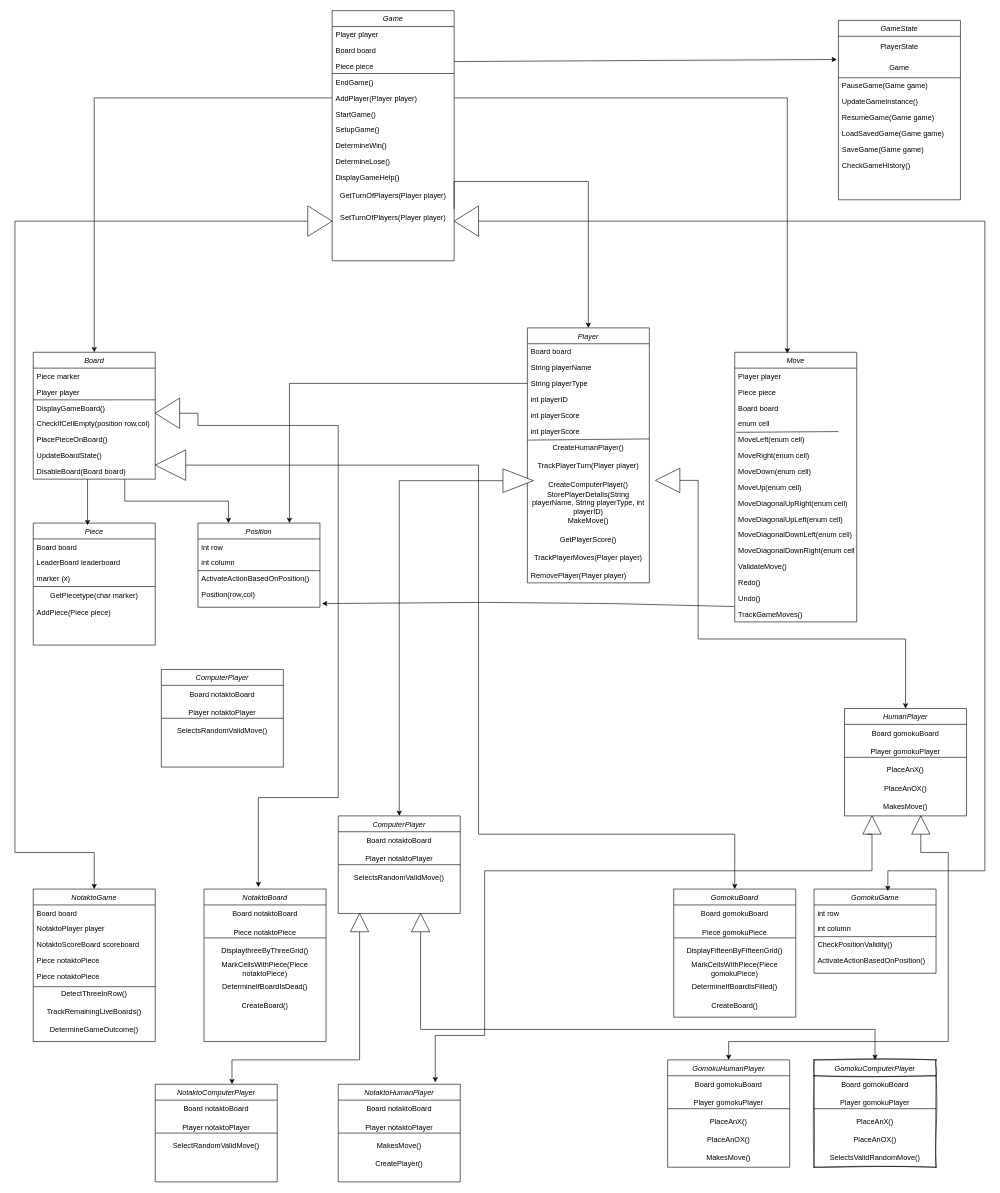
Above: Class Diagram.drawio in Scott2020747/IFN563_Project (draw.io), before the change. Source tidied: cells renumbered, new cells numbered last; positions are measured from the earlier drawing's top-left corner, leaving out a move shared by most shapes. Both pictures are drawn from the tidied source at 61%, with x=0, y=0 at pixel (15, 10).
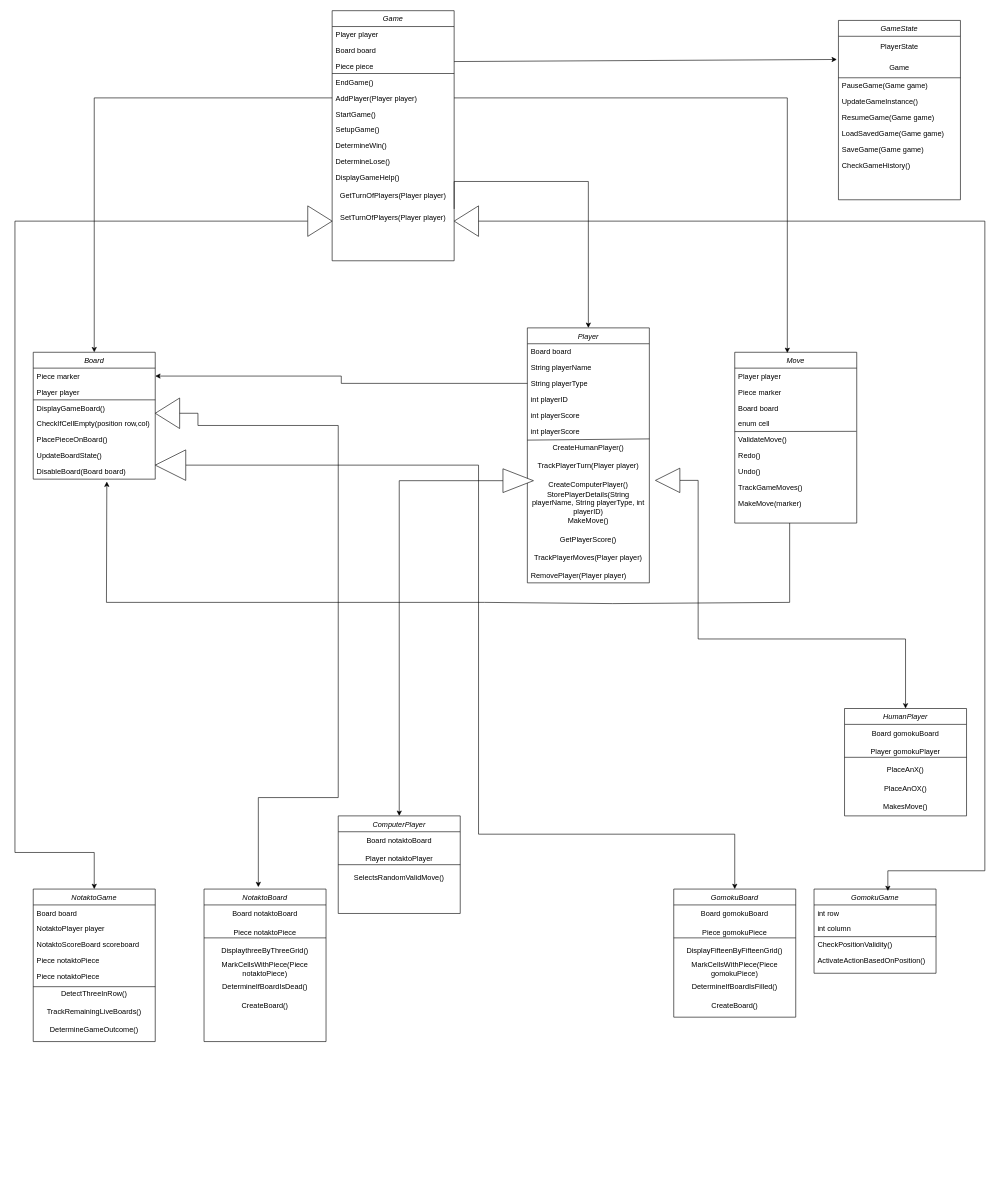
After the change.

The change refers to these unchanged cells:
```xml
<mxCell id="19" value="String playerType" style="text;align=left;verticalAlign=top;spacingLeft=4;spacingRight=4;overflow=hidden;points=[[0,0.5],[1,0.5]];portConstraint=eastwest;" parent="16" vertex="1">
  <mxGeometry y="78" width="200" height="26" as="geometry" />
</mxCell>
<mxCell id="33" value="Board" style="swimlane;fontStyle=2;align=center;verticalAlign=top;horizontal=1;startSize=26;rounded=0;shadow=0;strokeWidth=1;" parent="1" vertex="1">
  <mxGeometry x="30" y="560" width="200" height="208" as="geometry" />
</mxCell>
<mxCell id="34" value="Piece marker" style="text;align=left;verticalAlign=top;spacingLeft=4;spacingRight=4;overflow=hidden;points=[[0,0.5],[1,0.5]];portConstraint=eastwest;" parent="33" vertex="1">
  <mxGeometry y="26" width="200" height="26" as="geometry" />
</mxCell>
<mxCell id="41" value="DisableBoard(Board board)" style="text;align=left;verticalAlign=top;spacingLeft=4;spacingRight=4;overflow=hidden;points=[[0,0.5],[1,0.5]];portConstraint=eastwest;" parent="33" vertex="1">
  <mxGeometry y="182" width="200" height="26" as="geometry" />
</mxCell>
```

Change to the diagram source:
```diff
@@
-    <mxCell id="32" style="edgeStyle=orthogonalEdgeStyle;rounded=0;jettySize=auto;html=1;exitX=0.75;exitY=1;exitDx=0;exitDy=0;entryX=0.25;entryY=0;entryDx=0;entryDy=0;" parent="1" edge="1" source="33" target="67">
-      <mxGeometry relative="1" as="geometry" />
-    </mxCell>
@@
-    <mxCell id="42" value="Piece" style="swimlane;fontStyle=2;align=center;verticalAlign=top;horizontal=1;startSize=26;rounded=0;shadow=0;strokeWidth=1;" parent="1" vertex="1">
-      <mxGeometry x="30" y="840" width="200" height="200" as="geometry" />
-    </mxCell>
-    <mxCell id="43" value="Board board" style="text;align=left;verticalAlign=top;spacingLeft=4;spacingRight=4;overflow=hidden;" parent="42" vertex="1">
-      <mxGeometry y="26" width="200" height="26" as="geometry" />
-    </mxCell>
-    <mxCell id="44" value="LeaderBoard leaderboard" style="text;align=left;verticalAlign=top;spacingLeft=4;spacingRight=4;overflow=hidden;" parent="42" vertex="1">
-      <mxGeometry y="52" width="200" height="26" as="geometry" />
-    </mxCell>
-    <mxCell id="45" value="marker (x)" style="text;align=left;verticalAlign=top;spacingLeft=4;spacingRight=4;overflow=hidden;" parent="42" vertex="1">
-      <mxGeometry y="78" width="200" height="26" as="geometry" />
-    </mxCell>
-    <mxCell id="46" style="endArrow=none;html=1;rounded=0;" parent="42" edge="1">
-      <mxGeometry relative="1" as="geometry">
-        <mxPoint y="104" as="sourcePoint" />
-        <mxPoint x="200" y="104" as="targetPoint" />
-      </mxGeometry>
-    </mxCell>
-    <mxCell id="47" value="GetPiecetype(char marker)" style="text;html=1;align=center;verticalAlign=middle;whiteSpace=wrap;rounded=0;" parent="42" vertex="1">
-      <mxGeometry y="104" width="200" height="30" as="geometry" />
-    </mxCell>
-    <mxCell id="48" value="AddPiece(Piece piece)" style="text;align=left;verticalAlign=top;spacingLeft=4;spacingRight=4;overflow=hidden;" parent="42" vertex="1">
-      <mxGeometry y="134" width="200" height="26" as="geometry" />
-    </mxCell>
     <mxCell id="49" value="Move" style="swimlane;fontStyle=2;align=center;verticalAlign=top;horizontal=1;startSize=26;rounded=0;shadow=0;strokeWidth=1;" parent="1" vertex="1">
-      <mxGeometry x="1180" y="560" width="200" height="442" as="geometry" />
+      <mxGeometry x="1180" y="560" width="200" height="280" as="geometry" />
     </mxCell>
@@
-    <mxCell id="51" value="Piece piece" style="text;align=left;verticalAlign=top;spacingLeft=4;spacingRight=4;overflow=hidden;" parent="49" vertex="1">
+    <mxCell id="51" value="Piece marker" style="text;align=left;verticalAlign=top;spacingLeft=4;spacingRight=4;overflow=hidden;" parent="49" vertex="1">
       <mxGeometry y="52" width="200" height="26" as="geometry" />
     </mxCell>
@@
-    <mxCell id="54" value="MoveLeft(enum cell)" style="text;align=left;verticalAlign=top;spacingLeft=4;spacingRight=4;overflow=hidden;points=[[0,0.5],[1,0.5]];portConstraint=eastwest;" parent="49" vertex="1">
-      <mxGeometry y="130" width="200" height="26" as="geometry" />
-    </mxCell>
-    <mxCell id="55" value="MoveRight(enum cell)" style="text;align=left;verticalAlign=top;spacingLeft=4;spacingRight=4;overflow=hidden;" parent="49" vertex="1">
-      <mxGeometry y="156" width="200" height="26" as="geometry" />
-    </mxCell>
-    <mxCell id="56" value="MoveDown(enum cell)" style="text;align=left;verticalAlign=top;spacingLeft=4;spacingRight=4;overflow=hidden;" parent="49" vertex="1">
-      <mxGeometry y="182" width="200" height="26" as="geometry" />
-    </mxCell>
-    <mxCell id="57" value="MoveUp(enum cell)" style="text;align=left;verticalAlign=top;spacingLeft=4;spacingRight=4;overflow=hidden;" parent="49" vertex="1">
-      <mxGeometry y="208" width="200" height="26" as="geometry" />
-    </mxCell>
-    <mxCell id="58" value="MoveDiagonalUpRight(enum cell)" style="text;align=left;verticalAlign=top;spacingLeft=4;spacingRight=4;overflow=hidden;" parent="49" vertex="1">
-      <mxGeometry y="234" width="200" height="26" as="geometry" />
-    </mxCell>
-    <mxCell id="59" value="MoveDiagonalUpLeft(enum cell)" style="text;align=left;verticalAlign=top;spacingLeft=4;spacingRight=4;overflow=hidden;" parent="49" vertex="1">
-      <mxGeometry y="260" width="200" height="26" as="geometry" />
-    </mxCell>
-    <mxCell id="60" value="MoveDiagonalDownLeft(enum cell)" style="text;align=left;verticalAlign=top;spacingLeft=4;spacingRight=4;overflow=hidden;" parent="49" vertex="1">
-      <mxGeometry y="286" width="200" height="26" as="geometry" />
-    </mxCell>
-    <mxCell id="61" value="MoveDiagonalDownRight(enum cell)" style="text;align=left;verticalAlign=top;spacingLeft=4;spacingRight=4;overflow=hidden;" parent="49" vertex="1">
-      <mxGeometry y="312" width="200" height="26" as="geometry" />
-    </mxCell>
     <mxCell id="62" value="ValidateMove()" style="text;align=left;verticalAlign=top;spacingLeft=4;spacingRight=4;overflow=hidden;points=[[0,0.5],[1,0.5]];portConstraint=eastwest;" parent="49" vertex="1">
-      <mxGeometry y="338" width="200" height="26" as="geometry" />
+      <mxGeometry y="130" width="200" height="26" as="geometry" />
     </mxCell>
     <mxCell id="63" value="Redo()" style="text;align=left;verticalAlign=top;spacingLeft=4;spacingRight=4;overflow=hidden;" parent="49" vertex="1">
-      <mxGeometry y="364" width="200" height="26" as="geometry" />
+      <mxGeometry y="156" width="200" height="26" as="geometry" />
     </mxCell>
     <mxCell id="64" value="Undo()" style="text;align=left;verticalAlign=top;spacingLeft=4;spacingRight=4;overflow=hidden;" parent="49" vertex="1">
-      <mxGeometry y="390" width="200" height="26" as="geometry" />
+      <mxGeometry y="182" width="200" height="26" as="geometry" />
     </mxCell>
     <mxCell id="65" value="TrackGameMoves()" style="text;align=left;verticalAlign=top;spacingLeft=4;spacingRight=4;overflow=hidden;points=[[0,0.5],[1,0.5]];portConstraint=eastwest;" parent="49" vertex="1">
-      <mxGeometry y="416" width="200" height="26" as="geometry" />
+      <mxGeometry y="208" width="200" height="26" as="geometry" />
     </mxCell>
+    <mxCell id="184" value="MakeMove(marker)" style="text;align=left;verticalAlign=top;spacingLeft=4;spacingRight=4;overflow=hidden;" parent="49" vertex="1">
+      <mxGeometry y="234" width="200" height="26" as="geometry" />
+    </mxCell>
-    <mxCell id="66" style="endArrow=none;html=1;rounded=0;exitX=0.011;exitY=0.046;exitDx=0;exitDy=0;exitPerimeter=0;" parent="1" edge="1" source="54">
+    <mxCell id="66" style="endArrow=none;html=1;rounded=0;entryX=0.997;entryY=-0.015;entryDx=0;entryDy=0;entryPerimeter=0;" parent="1" edge="1" target="62">
       <mxGeometry relative="1" as="geometry">
-        <mxPoint x="1350" y="690" as="targetPoint" />
+        <mxPoint x="1180" y="690" as="sourcePoint" />
       </mxGeometry>
     </mxCell>
-    <mxCell id="67" value="Position" style="swimlane;fontStyle=2;align=center;verticalAlign=top;horizontal=1;startSize=26;rounded=0;shadow=0;strokeWidth=1;" parent="1" vertex="1">
-      <mxGeometry x="300" y="840" width="200" height="138" as="geometry" />
-    </mxCell>
-    <mxCell id="68" value="int row" style="text;align=left;verticalAlign=top;spacingLeft=4;spacingRight=4;overflow=hidden;" parent="67" vertex="1">
-      <mxGeometry y="26" width="200" height="26" as="geometry" />
-    </mxCell>
-    <mxCell id="69" value="int column" style="text;align=left;verticalAlign=top;spacingLeft=4;spacingRight=4;overflow=hidden;" parent="67" vertex="1">
-      <mxGeometry y="52" width="200" height="26" as="geometry" />
-    </mxCell>
-    <mxCell id="70" style="endArrow=none;html=1;rounded=0;" parent="67" edge="1">
-      <mxGeometry relative="1" as="geometry">
-        <mxPoint y="78" as="sourcePoint" />
-        <mxPoint x="200" y="78" as="targetPoint" />
-      </mxGeometry>
-    </mxCell>
-    <mxCell id="71" value="ActivateActionBasedOnPosition()" style="text;align=left;verticalAlign=top;spacingLeft=4;spacingRight=4;overflow=hidden;" parent="67" vertex="1">
-      <mxGeometry y="78" width="200" height="26" as="geometry" />
-    </mxCell>
-    <mxCell id="72" value="Position(row,col)" style="text;align=left;verticalAlign=top;spacingLeft=4;spacingRight=4;overflow=hidden;points=[[0,0.5],[1,0.5]];portConstraint=eastwest;" parent="67" vertex="1">
-      <mxGeometry y="104" width="200" height="26" as="geometry" />
-    </mxCell>
@@
-    <mxCell id="127" style="endArrow=classic;html=1;rounded=0;entryX=0.445;entryY=-0.023;entryDx=0;entryDy=0;entryPerimeter=0;" parent="1" edge="1">
-      <mxGeometry relative="1" as="geometry">
-        <mxPoint x="119" y="768" as="sourcePoint" />
-        <mxPoint x="119" y="843.4" as="targetPoint" />
-      </mxGeometry>
-    </mxCell>
-    <mxCell id="128" style="endArrow=classic;html=1;rounded=0;entryX=1.017;entryY=1.077;entryDx=0;entryDy=0;entryPerimeter=0;exitX=-0.003;exitY=0.031;exitDx=0;exitDy=0;exitPerimeter=0;" parent="1" edge="1" source="65" target="72">
+    <mxCell id="128" style="endArrow=classic;html=1;rounded=0;entryX=0.603;entryY=1.154;entryDx=0;entryDy=0;entryPerimeter=0;" parent="1" edge="1" target="41">
       <mxGeometry relative="1" as="geometry">
+        <mxPoint x="1270" y="840" as="sourcePoint" />
         <Array as="points">
+          <mxPoint x="1270" y="970" />
           <mxPoint x="980" y="972" />
           <mxPoint x="770" y="970" />
+          <mxPoint x="150" y="970" />
         </Array>
       </mxGeometry>
     </mxCell>
-    <mxCell id="129" value="NotaktoHumanPlayer" style="swimlane;fontStyle=2;align=center;verticalAlign=top;horizontal=1;startSize=26;rounded=0;shadow=0;strokeWidth=1;" parent="1" vertex="1">
-      <mxGeometry x="530" y="1760" width="200" height="160" as="geometry" />
-    </mxCell>
-    <mxCell id="130" value="Board notaktoBoard" style="text;html=1;align=center;verticalAlign=middle;whiteSpace=wrap;rounded=0;" parent="129" vertex="1">
-      <mxGeometry y="26" width="200" height="30" as="geometry" />
-    </mxCell>
-    <mxCell id="131" value="Player notaktoPlayer" style="text;html=1;align=center;verticalAlign=middle;whiteSpace=wrap;rounded=0;" parent="129" vertex="1">
-      <mxGeometry y="56" width="200" height="30" as="geometry" />
-    </mxCell>
-    <mxCell id="132" style="endArrow=none;html=1;rounded=0;" parent="129" edge="1">
-      <mxGeometry relative="1" as="geometry">
-        <mxPoint y="80" as="sourcePoint" />
-        <mxPoint x="200" y="80" as="targetPoint" />
-      </mxGeometry>
-    </mxCell>
-    <mxCell id="133" value="MakesMove()" style="text;html=1;align=center;verticalAlign=middle;whiteSpace=wrap;rounded=0;" parent="129" vertex="1">
-      <mxGeometry y="86" width="200" height="30" as="geometry" />
-    </mxCell>
-    <mxCell id="134" value="CreatePlayer()" style="text;html=1;align=center;verticalAlign=middle;whiteSpace=wrap;rounded=0;" parent="129" vertex="1">
-      <mxGeometry y="116" width="200" height="30" as="geometry" />
-    </mxCell>
-    <mxCell id="135" value="NotaktoComputerPlayer" style="swimlane;fontStyle=2;align=center;verticalAlign=top;horizontal=1;startSize=26;rounded=0;shadow=0;strokeWidth=1;" parent="1" vertex="1">
-      <mxGeometry x="230" y="1760" width="200" height="160" as="geometry" />
-    </mxCell>
-    <mxCell id="136" value="Board notaktoBoard" style="text;html=1;align=center;verticalAlign=middle;whiteSpace=wrap;rounded=0;" parent="135" vertex="1">
-      <mxGeometry y="26" width="200" height="30" as="geometry" />
-    </mxCell>
-    <mxCell id="137" value="Player notaktoPlayer" style="text;html=1;align=center;verticalAlign=middle;whiteSpace=wrap;rounded=0;" parent="135" vertex="1">
-      <mxGeometry y="56" width="200" height="30" as="geometry" />
-    </mxCell>
-    <mxCell id="138" style="endArrow=none;html=1;rounded=0;" parent="135" edge="1">
-      <mxGeometry relative="1" as="geometry">
-        <mxPoint y="80" as="sourcePoint" />
-        <mxPoint x="200" y="80" as="targetPoint" />
-      </mxGeometry>
-    </mxCell>
-    <mxCell id="139" value="SelectRandomValidMove()" style="text;html=1;align=center;verticalAlign=middle;whiteSpace=wrap;rounded=0;" parent="135" vertex="1">
-      <mxGeometry y="86" width="200" height="30" as="geometry" />
-    </mxCell>
-    <mxCell id="140" style="triangle;whiteSpace=wrap;html=1;rotation=-90;" parent="1" vertex="1">
-      <mxGeometry x="550" y="1480" width="30" height="30" as="geometry" />
-    </mxCell>
-    <mxCell id="141" style="edgeStyle=orthogonalEdgeStyle;rounded=0;jettySize=auto;html=1;exitX=0;exitY=0.5;exitDx=0;exitDy=0;" parent="1" edge="1" source="142" target="154">
-      <mxGeometry relative="1" as="geometry">
-        <Array as="points">
-          <mxPoint x="665" y="1670" />
-          <mxPoint x="1410" y="1670" />
-        </Array>
-      </mxGeometry>
-    </mxCell>
-    <mxCell id="142" style="triangle;whiteSpace=wrap;html=1;rotation=-90;" parent="1" vertex="1">
-      <mxGeometry x="650" y="1480" width="30" height="30" as="geometry" />
-    </mxCell>
-    <mxCell id="143" style="edgeStyle=orthogonalEdgeStyle;rounded=0;jettySize=auto;html=1;exitX=0;exitY=0.5;exitDx=0;exitDy=0;entryX=0.5;entryY=0;entryDx=0;entryDy=0;" parent="1" edge="1" source="144" target="147">
-      <mxGeometry relative="1" as="geometry">
-        <Array as="points">
-          <mxPoint x="1485" y="1380" />
-          <mxPoint x="1530" y="1380" />
-          <mxPoint x="1530" y="1690" />
-          <mxPoint x="1170" y="1690" />
-        </Array>
-      </mxGeometry>
-    </mxCell>
-    <mxCell id="144" style="triangle;whiteSpace=wrap;html=1;rotation=-90;" parent="1" vertex="1">
-      <mxGeometry x="1470" y="1320" width="30" height="30" as="geometry" />
-    </mxCell>
-    <mxCell id="145" style="triangle;whiteSpace=wrap;html=1;rotation=-90;" parent="1" vertex="1">
-      <mxGeometry x="1390" y="1320" width="30" height="30" as="geometry" />
-    </mxCell>
-    <mxCell id="146" style="edgeStyle=orthogonalEdgeStyle;rounded=0;jettySize=auto;html=1;exitX=0;exitY=0.25;exitDx=0;exitDy=0;entryX=0.795;entryY=-0.02;entryDx=0;entryDy=0;entryPerimeter=0;" parent="1" edge="1" source="145" target="129">
-      <mxGeometry relative="1" as="geometry">
-        <Array as="points">
-          <mxPoint x="1405" y="1350" />
-          <mxPoint x="1405" y="1410" />
-          <mxPoint x="770" y="1410" />
-          <mxPoint x="770" y="1680" />
-          <mxPoint x="689" y="1680" />
-        </Array>
-      </mxGeometry>
-    </mxCell>
-    <mxCell id="147" value="GomokuHumanPlayer" style="swimlane;fontStyle=2;align=center;verticalAlign=top;horizontal=1;startSize=26;rounded=0;shadow=0;strokeWidth=1;" parent="1" vertex="1">
-      <mxGeometry x="1070" y="1720" width="200" height="176" as="geometry" />
-    </mxCell>
-    <mxCell id="148" value="Board gomokuBoard" style="text;html=1;align=center;verticalAlign=middle;whiteSpace=wrap;rounded=0;" parent="147" vertex="1">
-      <mxGeometry y="26" width="200" height="30" as="geometry" />
-    </mxCell>
-    <mxCell id="149" value="Player gomokuPlayer" style="text;html=1;align=center;verticalAlign=middle;whiteSpace=wrap;rounded=0;" parent="147" vertex="1">
-      <mxGeometry y="56" width="200" height="30" as="geometry" />
-    </mxCell>
-    <mxCell id="150" style="endArrow=none;html=1;rounded=0;" parent="147" edge="1">
-      <mxGeometry relative="1" as="geometry">
-        <mxPoint y="80" as="sourcePoint" />
-        <mxPoint x="200" y="80" as="targetPoint" />
-      </mxGeometry>
-    </mxCell>
-    <mxCell id="151" value="PlaceAnX()" style="text;html=1;align=center;verticalAlign=middle;whiteSpace=wrap;rounded=0;" parent="147" vertex="1">
-      <mxGeometry y="86" width="200" height="30" as="geometry" />
-    </mxCell>
-    <mxCell id="152" value="PlaceAnOX()" style="text;html=1;align=center;verticalAlign=middle;whiteSpace=wrap;rounded=0;" parent="147" vertex="1">
-      <mxGeometry y="116" width="200" height="30" as="geometry" />
-    </mxCell>
-    <mxCell id="153" value="MakesMove()" style="text;html=1;align=center;verticalAlign=middle;whiteSpace=wrap;rounded=0;" parent="147" vertex="1">
-      <mxGeometry y="146" width="200" height="30" as="geometry" />
-    </mxCell>
-    <mxCell id="154" value="GomokuComputerPlayer" style="swimlane;fontStyle=2;align=center;verticalAlign=top;horizontal=1;startSize=26;rounded=0;shadow=0;strokeWidth=1;sketch=1;curveFitting=1;jiggle=2;" parent="1" vertex="1">
-      <mxGeometry x="1310" y="1720" width="200" height="176" as="geometry" />
-    </mxCell>
-    <mxCell id="155" value="Board gomokuBoard" style="text;html=1;align=center;verticalAlign=middle;whiteSpace=wrap;rounded=0;" parent="154" vertex="1">
-      <mxGeometry y="26" width="200" height="30" as="geometry" />
-    </mxCell>
-    <mxCell id="156" value="Player gomokuPlayer" style="text;html=1;align=center;verticalAlign=middle;whiteSpace=wrap;rounded=0;" parent="154" vertex="1">
-      <mxGeometry y="56" width="200" height="30" as="geometry" />
-    </mxCell>
-    <mxCell id="157" style="endArrow=none;html=1;rounded=0;" parent="154" edge="1">
-      <mxGeometry relative="1" as="geometry">
-        <mxPoint y="80" as="sourcePoint" />
-        <mxPoint x="200" y="80" as="targetPoint" />
-      </mxGeometry>
-    </mxCell>
-    <mxCell id="158" value="PlaceAnX()" style="text;html=1;align=center;verticalAlign=middle;whiteSpace=wrap;rounded=0;" parent="154" vertex="1">
-      <mxGeometry y="86" width="200" height="30" as="geometry" />
-    </mxCell>
-    <mxCell id="159" value="PlaceAnOX()" style="text;html=1;align=center;verticalAlign=middle;whiteSpace=wrap;rounded=0;" parent="154" vertex="1">
-      <mxGeometry y="116" width="200" height="30" as="geometry" />
-    </mxCell>
-    <mxCell id="160" value="SelectsValidRandomMove()" style="text;html=1;align=center;verticalAlign=middle;whiteSpace=wrap;rounded=0;" parent="154" vertex="1">
-      <mxGeometry y="146" width="200" height="30" as="geometry" />
-    </mxCell>
@@
-    <mxCell id="164" style="edgeStyle=orthogonalEdgeStyle;rounded=0;jettySize=auto;html=1;exitX=0;exitY=0.5;exitDx=0;exitDy=0;entryX=0.75;entryY=0;entryDx=0;entryDy=0;" parent="1" edge="1" source="19" target="67">
+    <mxCell id="164" style="edgeStyle=orthogonalEdgeStyle;rounded=0;jettySize=auto;html=1;exitX=0;exitY=0.5;exitDx=0;exitDy=0;entryX=1;entryY=0.5;entryDx=0;entryDy=0;" parent="1" edge="1" source="19" target="34">
       <mxGeometry relative="1" as="geometry" />
     </mxCell>
@@
-    <mxCell id="167" style="edgeStyle=orthogonalEdgeStyle;rounded=0;jettySize=auto;html=1;exitX=0;exitY=0.5;exitDx=0;exitDy=0;entryX=0.629;entryY=0;entryDx=0;entryDy=0;entryPerimeter=0;" parent="1" edge="1" source="140" target="135">
-      <mxGeometry relative="1" as="geometry">
-        <Array as="points">
-          <mxPoint x="565" y="1720" />
-          <mxPoint x="356" y="1720" />
-        </Array>
-      </mxGeometry>
-    </mxCell>
-    <mxCell id="168" value="ComputerPlayer" style="swimlane;fontStyle=2;align=center;verticalAlign=top;horizontal=1;startSize=26;rounded=0;shadow=0;strokeWidth=1;" parent="1" vertex="1">
-      <mxGeometry x="240" y="1080" width="200" height="160" as="geometry" />
-    </mxCell>
-    <mxCell id="169" value="Board notaktoBoard" style="text;html=1;align=center;verticalAlign=middle;whiteSpace=wrap;rounded=0;" parent="168" vertex="1">
-      <mxGeometry y="26" width="200" height="30" as="geometry" />
-    </mxCell>
-    <mxCell id="170" value="Player notaktoPlayer" style="text;html=1;align=center;verticalAlign=middle;whiteSpace=wrap;rounded=0;" parent="168" vertex="1">
-      <mxGeometry y="56" width="200" height="30" as="geometry" />
-    </mxCell>
-    <mxCell id="171" style="endArrow=none;html=1;rounded=0;" parent="168" edge="1">
-      <mxGeometry relative="1" as="geometry">
-        <mxPoint y="80" as="sourcePoint" />
-        <mxPoint x="200" y="80" as="targetPoint" />
-      </mxGeometry>
-    </mxCell>
-    <mxCell id="172" value="SelectsRandomValidMove()" style="text;html=1;align=center;verticalAlign=middle;whiteSpace=wrap;rounded=0;" parent="168" vertex="1">
-      <mxGeometry y="86" width="200" height="30" as="geometry" />
-    </mxCell>
```
